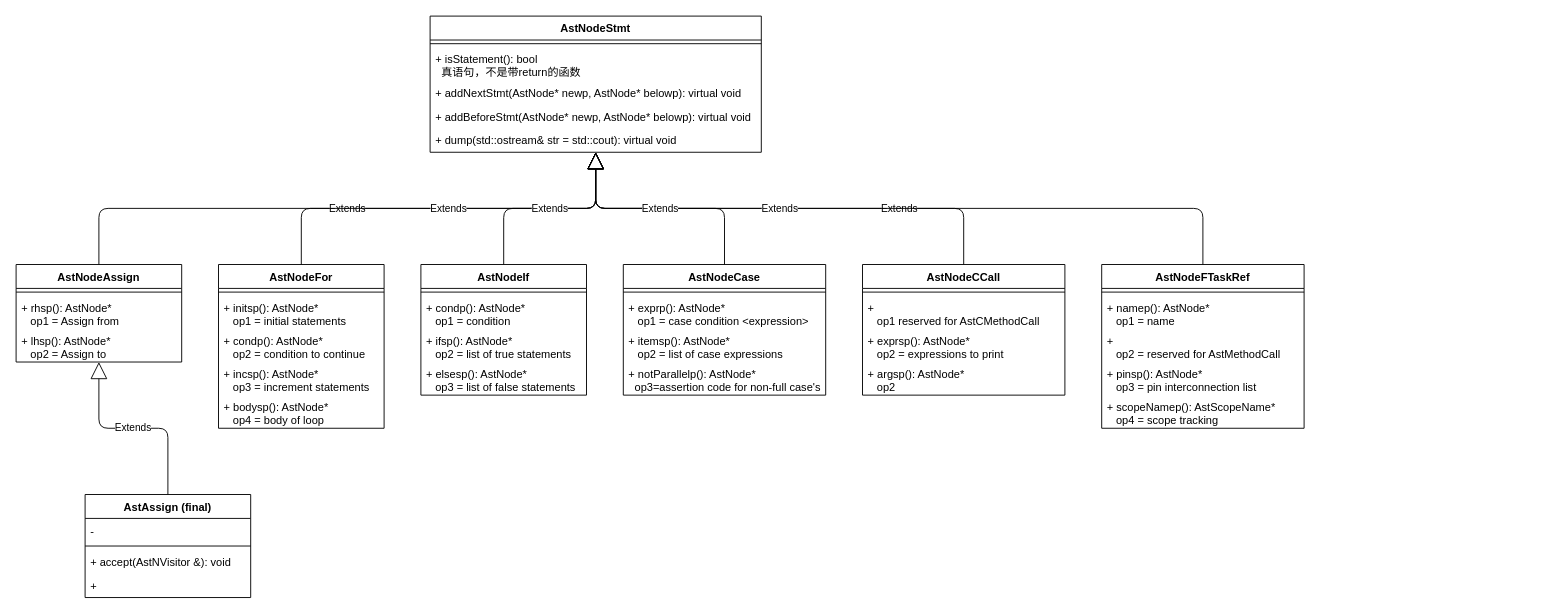
Earlier version of the draw.io diagram verilator_digrams/AstNodeStmt.drawio (Dercury/CLDK). Source tidied: cells renumbered, new cells numbered last; positions are measured from the earlier drawing's top-left corner, leaving out a move shared by most shapes. Both pictures are drawn from the tidied source at 92%, with x=0, y=0 at pixel (16, 16).
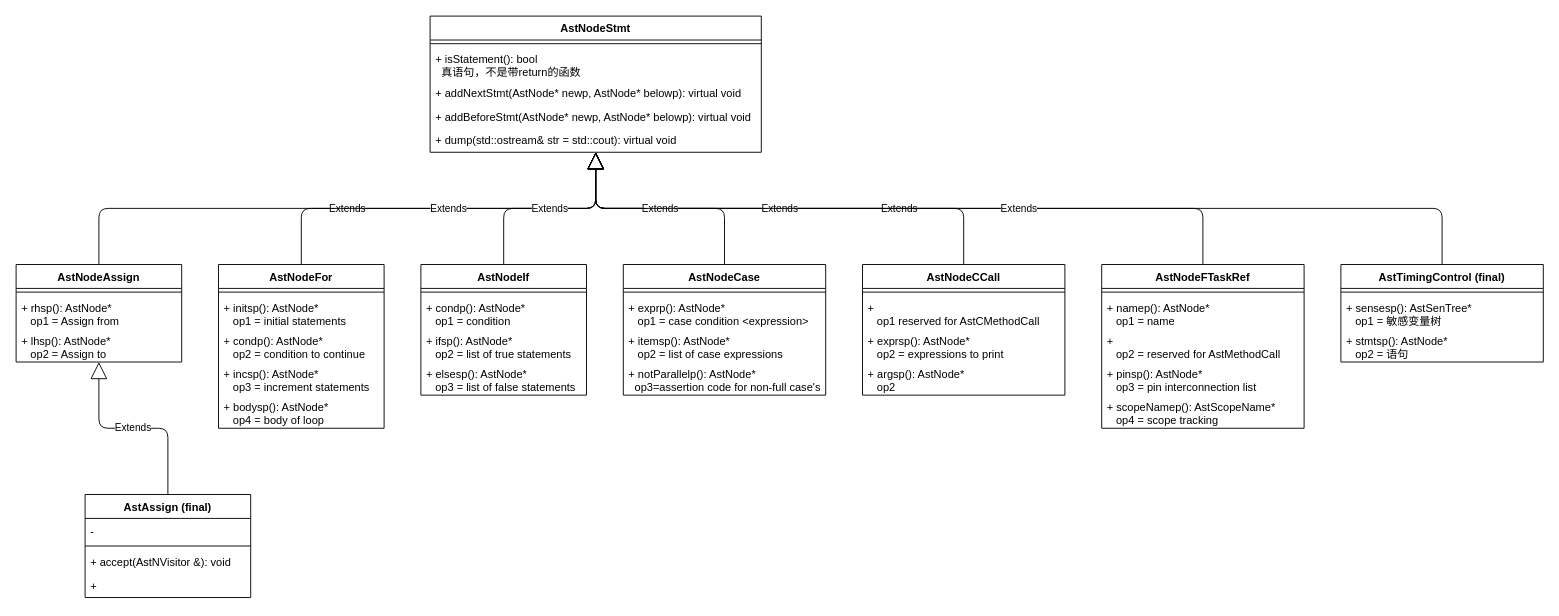
The same diagram, later.

The change refers to these unchanged cells:
```xml
<mxCell id="2" value="AstNodeStmt" style="swimlane;fontStyle=1;align=center;verticalAlign=top;horizontal=1;startSize=26;" parent="1" vertex="1">
  <mxGeometry x="450" width="360" height="148" as="geometry" />
</mxCell>
```

What changed in the source:
```diff
@@
+    <mxCell id="51" value="AstTimingControl (final)" style="swimlane;fontStyle=1;align=center;verticalAlign=top;horizontal=1;startSize=26;" parent="1" vertex="1">
+      <mxGeometry x="1440" y="270" width="220" height="106" as="geometry" />
+    </mxCell>
+    <mxCell id="52" style="line;strokeWidth=1;fillColor=none;align=left;verticalAlign=middle;spacingTop=-1;spacingLeft=3;spacingRight=3;labelPosition=right;" parent="51" vertex="1">
+      <mxGeometry y="26" width="220" height="8" as="geometry" />
+    </mxCell>
+    <mxCell id="53" value="+ sensesp(): AstSenTree*&#10;   op1 = 敏感变量树" style="text;strokeColor=none;fillColor=none;align=left;verticalAlign=top;spacingLeft=4;spacingRight=4;overflow=hidden;" parent="51" vertex="1">
+      <mxGeometry y="34" width="220" height="36" as="geometry" />
+    </mxCell>
+    <mxCell id="54" value="+ stmtsp(): AstNode*&#10;   op2 = 语句" style="text;strokeColor=none;fillColor=none;align=left;verticalAlign=top;spacingLeft=4;spacingRight=4;overflow=hidden;" parent="51" vertex="1">
+      <mxGeometry y="70" width="220" height="36" as="geometry" />
+    </mxCell>
+    <mxCell id="55" value="Extends" style="endArrow=block;endSize=16;endFill=0;html=1;edgeStyle=orthogonalEdgeStyle;exitX=0.5;exitY=0;exitDx=0;exitDy=0;" parent="1" edge="1" source="51" target="2">
+      <mxGeometry relative="1" as="geometry" />
+    </mxCell>
```
